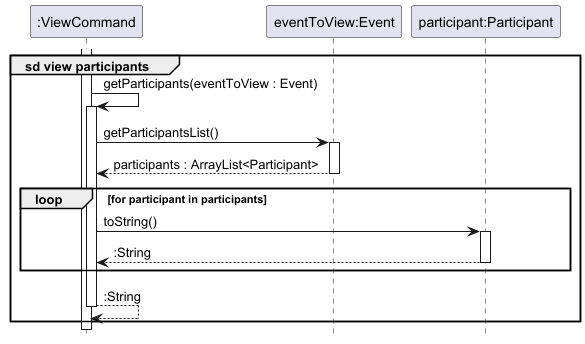
Before: docs/images/ViewParticipantSequenceDiagram.png, a diagram exported from PlantUML (nus-cs2113-AY2425S1/tp).
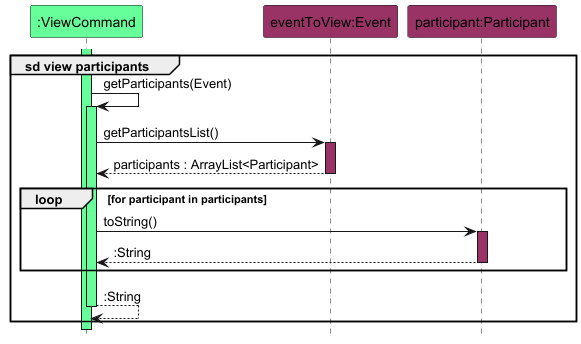
After the change.

What changed in the source:
```diff
@@ -2,23 +2,23 @@
 !include style.puml
 hide footbox
 
-participant ":ViewCommand" as command
-participant "eventToView:Event" as event
-participant "participant:Participant" as participant
+participant ":ViewCommand" as command COMMAND_COLOUR
+participant "eventToView:Event" as event EVENT_COLOUR
+participant "participant:Participant" as participant EVENT_COLOUR
 
 group sd view participants
-    activate command
-    command -> command : getParticipants(eventToView : Event)
-    activate command
+    activate command COMMAND_COLOUR
+    command -> command : getParticipants(Event)
+    activate command COMMAND_COLOUR
 
     command -> event : getParticipantsList()
-    activate event
+    activate event EVENT_COLOUR
 
     return participants : ArrayList<Participant>
 
     loop for participant in participants
         command -> participant : toString()
-        activate participant
+        activate participant EVENT_COLOUR
         return :String
     end
     return :String
```
